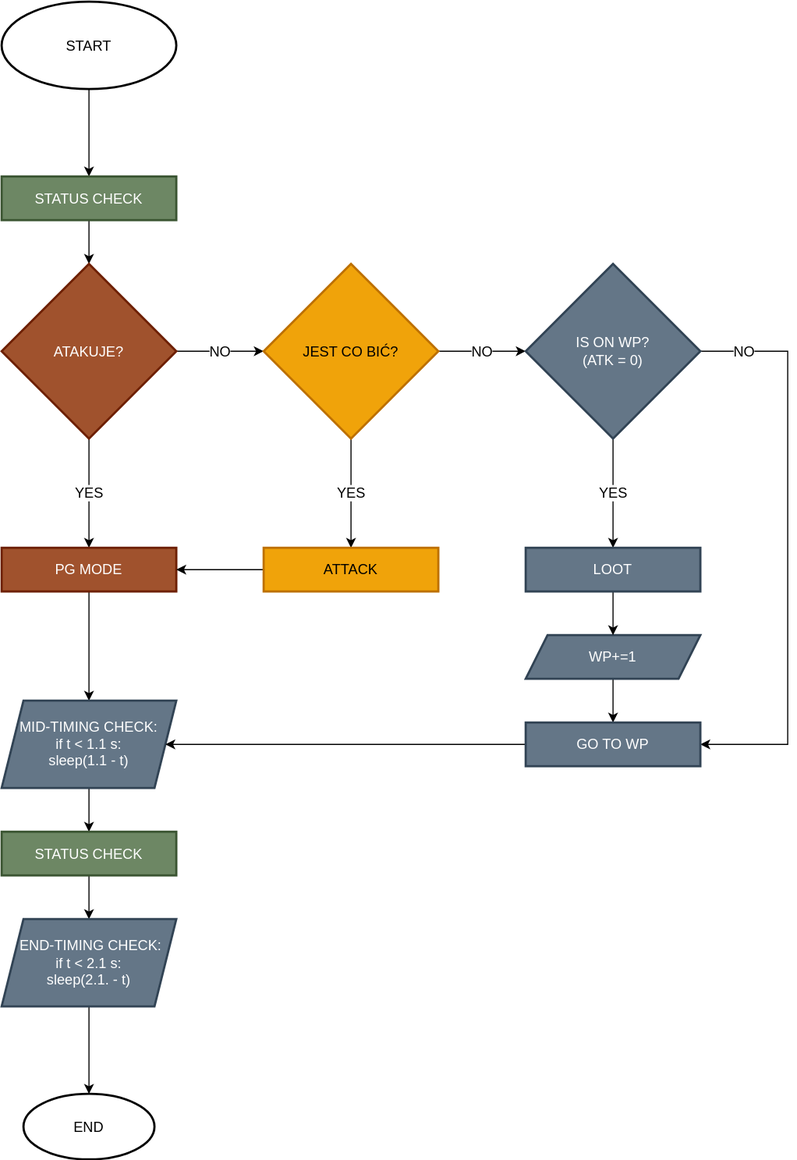
lbaisinger/Andrzej-d2r keeps this draw.io diagram as src/img/flowchart_logika_andrzeja_pg.svg. Above is the earlier version. Source tidied: cells renumbered, new cells last; positions are measured from the earlier drawing's top-left corner, leaving out a move shared by most shapes.
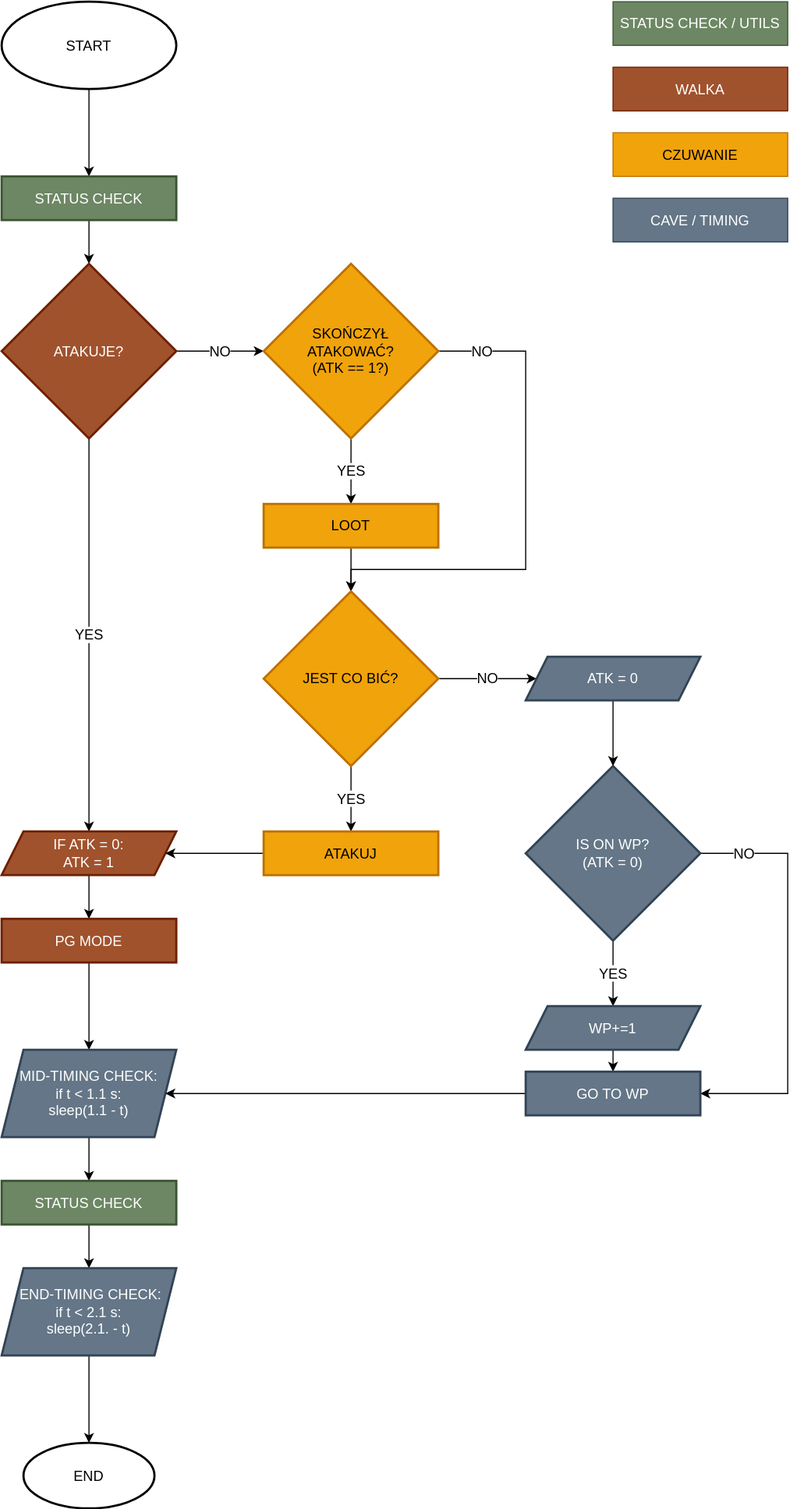
After the change.

Change to the diagram source:
```diff
@@ -1,101 +1,140 @@
 <mxGraphModel>
   <root>
-    <mxCell id="0" />
-    <mxCell id="1" parent="0" />
+    <mxCell id="32" />
+    <mxCell id="33" parent="32" />
-    <mxCell id="2" style="edgeStyle=orthogonalEdgeStyle;rounded=0;jettySize=auto;html=1;fontSize=13;" parent="1" edge="1" source="3" target="5">
+    <mxCell id="2" style="edgeStyle=orthogonalEdgeStyle;rounded=0;jettySize=auto;html=1;fontSize=13;" parent="33" edge="1" source="3" target="5">
       <mxGeometry relative="1" as="geometry" />
     </mxCell>
-    <mxCell id="3" value="START" style="strokeWidth=2;html=1;shape=mxgraph.flowchart.start_1;whiteSpace=wrap;fontSize=13;" parent="1" vertex="1">
+    <mxCell id="3" value="START" style="strokeWidth=2;html=1;shape=mxgraph.flowchart.start_1;whiteSpace=wrap;fontSize=13;" parent="33" vertex="1">
       <mxGeometry width="160" height="80" as="geometry" />
     </mxCell>
-    <mxCell id="4" style="edgeStyle=orthogonalEdgeStyle;rounded=0;jettySize=auto;html=1;fontSize=13;" parent="1" edge="1" source="5" target="8">
+    <mxCell id="4" style="edgeStyle=orthogonalEdgeStyle;rounded=0;jettySize=auto;html=1;fontSize=13;" parent="33" edge="1" source="5" target="8">
       <mxGeometry relative="1" as="geometry" />
     </mxCell>
-    <mxCell id="5" value="STATUS CHECK" style="whiteSpace=wrap;html=1;strokeWidth=2;fillColor=#6d8764;strokeColor=#3A5431;fontColor=#ffffff;fontSize=13;" parent="1" vertex="1">
+    <mxCell id="5" value="STATUS CHECK" style="whiteSpace=wrap;html=1;strokeWidth=2;fillColor=#6d8764;strokeColor=#3A5431;fontColor=#ffffff;fontSize=13;" parent="33" vertex="1">
       <mxGeometry y="160" width="160" height="40" as="geometry" />
     </mxCell>
-    <mxCell id="6" value="YES" style="edgeStyle=orthogonalEdgeStyle;rounded=0;jettySize=auto;html=1;fontSize=13;entryX=0.5;entryY=0;entryDx=0;entryDy=0;" parent="1" edge="1" source="8" target="10">
-      <mxGeometry relative="1" as="geometry" />
-    </mxCell>
-    <mxCell id="7" value="NO" style="edgeStyle=orthogonalEdgeStyle;rounded=0;jettySize=auto;html=1;fontSize=13;entryX=0;entryY=0.5;entryDx=0;entryDy=0;" parent="1" edge="1" source="8" target="13">
-      <mxGeometry relative="1" as="geometry" />
-    </mxCell>
+    <mxCell id="34" value="YES" style="edgeStyle=orthogonalEdgeStyle;rounded=0;jettySize=auto;html=1;fontSize=13;" parent="33" edge="1" source="8" target="37">
+      <mxGeometry relative="1" as="geometry" />
+    </mxCell>
+    <mxCell id="35" value="NO" style="edgeStyle=orthogonalEdgeStyle;rounded=0;jettySize=auto;html=1;fontSize=13;" parent="33" edge="1" source="8" target="40">
+      <mxGeometry relative="1" as="geometry" />
+    </mxCell>
-    <mxCell id="8" value="ATAKUJE?" style="rhombus;whiteSpace=wrap;html=1;fillColor=#a0522d;strokeColor=#6D1F00;fontColor=#ffffff;strokeWidth=2;fontSize=13;" parent="1" vertex="1">
+    <mxCell id="8" value="ATAKUJE?" style="rhombus;whiteSpace=wrap;html=1;fillColor=#a0522d;strokeColor=#6D1F00;fontColor=#ffffff;strokeWidth=2;fontSize=13;" parent="33" vertex="1">
       <mxGeometry y="240" width="160" height="160" as="geometry" />
     </mxCell>
+    <mxCell id="36" style="edgeStyle=orthogonalEdgeStyle;rounded=0;jettySize=auto;html=1;fontSize=13;" parent="33" edge="1" source="37" target="10">
+      <mxGeometry relative="1" as="geometry" />
+    </mxCell>
+    <mxCell id="37" value="IF ATK = 0:&lt;br style=&quot;font-size: 13px;&quot;&gt;ATK = 1" style="shape=parallelogram;perimeter=parallelogramPerimeter;whiteSpace=wrap;html=1;fixedSize=1;fillColor=#a0522d;strokeColor=#6D1F00;fontColor=#ffffff;strokeWidth=2;fontSize=13;" parent="33" vertex="1">
+      <mxGeometry y="760" width="160" height="40" as="geometry" />
+    </mxCell>
-    <mxCell id="9" style="edgeStyle=orthogonalEdgeStyle;rounded=0;jettySize=auto;html=1;fontSize=13;" parent="1" edge="1" source="10" target="17">
+    <mxCell id="9" style="edgeStyle=orthogonalEdgeStyle;rounded=0;jettySize=auto;html=1;fontSize=13;" parent="33" edge="1" source="10" target="17">
       <mxGeometry relative="1" as="geometry" />
     </mxCell>
-    <mxCell id="10" value="PG MODE" style="whiteSpace=wrap;html=1;fillColor=#a0522d;strokeColor=#6D1F00;fontColor=#ffffff;strokeWidth=2;fontSize=13;" parent="1" vertex="1">
-      <mxGeometry y="500" width="160" height="40" as="geometry" />
+    <mxCell id="10" value="PG MODE" style="whiteSpace=wrap;html=1;fillColor=#a0522d;strokeColor=#6D1F00;fontColor=#ffffff;strokeWidth=2;fontSize=13;" parent="33" vertex="1">
+      <mxGeometry y="840" width="160" height="40" as="geometry" />
     </mxCell>
-    <mxCell id="11" value="YES" style="edgeStyle=orthogonalEdgeStyle;rounded=0;jettySize=auto;html=1;fontSize=13;" parent="1" edge="1" source="13" target="15">
-      <mxGeometry relative="1" as="geometry" />
-    </mxCell>
-    <mxCell id="12" value="NO" style="edgeStyle=orthogonalEdgeStyle;rounded=0;jettySize=auto;html=1;fontSize=13;entryX=0;entryY=0.5;entryDx=0;entryDy=0;" parent="1" edge="1" source="13" target="25">
-      <mxGeometry relative="1" as="geometry" />
-    </mxCell>
+    <mxCell id="38" value="YES" style="edgeStyle=orthogonalEdgeStyle;rounded=0;jettySize=auto;html=1;fontSize=13;" parent="33" edge="1" source="40" target="31">
+      <mxGeometry relative="1" as="geometry" />
+    </mxCell>
+    <mxCell id="39" value="NO" style="edgeStyle=orthogonalEdgeStyle;rounded=0;jettySize=auto;html=1;exitX=1;exitY=0.5;exitDx=0;exitDy=0;entryX=0.5;entryY=0;entryDx=0;entryDy=0;fontSize=13;" parent="33" edge="1" source="40" target="13">
+      <mxGeometry x="-0.83" relative="1" as="geometry">
+        <Array as="points">
+          <mxPoint x="480" y="320" />
+          <mxPoint x="480" y="520" />
+          <mxPoint x="320" y="520" />
+        </Array>
+      </mxGeometry>
+    </mxCell>
+    <mxCell id="40" value="SKOŃCZYŁ&lt;br style=&quot;font-size: 13px;&quot;&gt;ATAKOWAĆ?&lt;br style=&quot;font-size: 13px;&quot;&gt;(ATK == 1?)" style="rhombus;whiteSpace=wrap;html=1;fillColor=#f0a30a;strokeColor=#BD7000;fontColor=#000000;strokeWidth=2;fontSize=13;" parent="33" vertex="1">
+      <mxGeometry x="240" y="240" width="160" height="160" as="geometry" />
+    </mxCell>
+    <mxCell id="41" style="edgeStyle=orthogonalEdgeStyle;rounded=0;jettySize=auto;html=1;fontSize=13;" parent="33" edge="1" source="31" target="13">
+      <mxGeometry relative="1" as="geometry" />
+    </mxCell>
+    <mxCell id="31" value="LOOT" style="whiteSpace=wrap;html=1;fillColor=#f0a30a;strokeColor=#BD7000;fontColor=#000000;strokeWidth=2;fontSize=13;" parent="33" vertex="1">
+      <mxGeometry x="240" y="460" width="160" height="40" as="geometry" />
+    </mxCell>
+    <mxCell id="42" value="YES" style="edgeStyle=orthogonalEdgeStyle;rounded=0;jettySize=auto;html=1;fontSize=13;" parent="33" edge="1" source="13" target="45">
+      <mxGeometry relative="1" as="geometry" />
+    </mxCell>
+    <mxCell id="43" value="NO" style="edgeStyle=orthogonalEdgeStyle;rounded=0;jettySize=auto;html=1;fontSize=13;" parent="33" edge="1" source="13" target="47">
+      <mxGeometry relative="1" as="geometry" />
+    </mxCell>
-    <mxCell id="13" value="JEST CO BIĆ?" style="rhombus;whiteSpace=wrap;html=1;fillColor=#f0a30a;strokeColor=#BD7000;fontColor=#000000;strokeWidth=2;fontSize=13;" parent="1" vertex="1">
-      <mxGeometry x="240" y="240" width="160" height="160" as="geometry" />
+    <mxCell id="13" value="JEST CO BIĆ?" style="rhombus;whiteSpace=wrap;html=1;fillColor=#f0a30a;strokeColor=#BD7000;fontColor=#000000;strokeWidth=2;fontSize=13;" parent="33" vertex="1">
+      <mxGeometry x="240" y="540" width="160" height="160" as="geometry" />
     </mxCell>
-    <mxCell id="14" style="edgeStyle=orthogonalEdgeStyle;rounded=0;jettySize=auto;html=1;exitX=0;exitY=0.5;exitDx=0;exitDy=0;fontSize=13;entryX=1;entryY=0.5;entryDx=0;entryDy=0;" parent="1" edge="1" source="15" target="10">
-      <mxGeometry relative="1" as="geometry" />
-    </mxCell>
-    <mxCell id="15" value="ATTACK" style="whiteSpace=wrap;html=1;fillColor=#f0a30a;strokeColor=#BD7000;fontColor=#000000;strokeWidth=2;fontSize=13;" parent="1" vertex="1">
-      <mxGeometry x="240" y="500" width="160" height="40" as="geometry" />
-    </mxCell>
+    <mxCell id="44" style="edgeStyle=orthogonalEdgeStyle;rounded=0;jettySize=auto;html=1;exitX=0;exitY=0.5;exitDx=0;exitDy=0;entryX=1;entryY=0.5;entryDx=0;entryDy=0;fontSize=13;" parent="33" edge="1" source="45" target="37">
+      <mxGeometry relative="1" as="geometry" />
+    </mxCell>
+    <mxCell id="45" value="ATAKUJ" style="whiteSpace=wrap;html=1;fillColor=#f0a30a;strokeColor=#BD7000;fontColor=#000000;strokeWidth=2;fontSize=13;" parent="33" vertex="1">
+      <mxGeometry x="240" y="760" width="160" height="40" as="geometry" />
+    </mxCell>
-    <mxCell id="16" style="edgeStyle=orthogonalEdgeStyle;rounded=0;jettySize=auto;html=1;fontSize=13;" parent="1" edge="1" source="17" target="19">
+    <mxCell id="16" style="edgeStyle=orthogonalEdgeStyle;rounded=0;jettySize=auto;html=1;fontSize=13;" parent="33" edge="1" source="17" target="19">
       <mxGeometry relative="1" as="geometry" />
     </mxCell>
-    <mxCell id="17" value="MID-TIMING CHECK:&lt;br style=&quot;font-size: 13px;&quot;&gt;if t &amp;lt; 1.1 s:&lt;br style=&quot;font-size: 13px;&quot;&gt;sleep(1.1 - t)" style="shape=parallelogram;perimeter=parallelogramPerimeter;whiteSpace=wrap;html=1;fixedSize=1;fillColor=#647687;strokeColor=#314354;fontColor=#ffffff;strokeWidth=2;fontSize=13;" parent="1" vertex="1">
-      <mxGeometry y="640" width="160" height="80" as="geometry" />
+    <mxCell id="17" value="MID-TIMING CHECK:&lt;br style=&quot;font-size: 13px;&quot;&gt;if t &amp;lt; 1.1 s:&lt;br style=&quot;font-size: 13px;&quot;&gt;sleep(1.1 - t)" style="shape=parallelogram;perimeter=parallelogramPerimeter;whiteSpace=wrap;html=1;fixedSize=1;fillColor=#647687;strokeColor=#314354;fontColor=#ffffff;strokeWidth=2;fontSize=13;" parent="33" vertex="1">
+      <mxGeometry y="960" width="160" height="80" as="geometry" />
     </mxCell>
-    <mxCell id="18" style="edgeStyle=orthogonalEdgeStyle;rounded=0;jettySize=auto;html=1;fontSize=13;" parent="1" edge="1" source="19" target="21">
+    <mxCell id="18" style="edgeStyle=orthogonalEdgeStyle;rounded=0;jettySize=auto;html=1;fontSize=13;" parent="33" edge="1" source="19" target="21">
       <mxGeometry relative="1" as="geometry" />
     </mxCell>
-    <mxCell id="19" value="STATUS CHECK" style="whiteSpace=wrap;html=1;fillColor=#6d8764;strokeColor=#3A5431;fontColor=#ffffff;strokeWidth=2;fontSize=13;" parent="1" vertex="1">
-      <mxGeometry y="760" width="160" height="40" as="geometry" />
+    <mxCell id="19" value="STATUS CHECK" style="whiteSpace=wrap;html=1;fillColor=#6d8764;strokeColor=#3A5431;fontColor=#ffffff;strokeWidth=2;fontSize=13;" parent="33" vertex="1">
+      <mxGeometry y="1080" width="160" height="40" as="geometry" />
     </mxCell>
-    <mxCell id="20" style="edgeStyle=orthogonalEdgeStyle;rounded=0;jettySize=auto;html=1;fontSize=13;" parent="1" edge="1" source="21" target="22">
+    <mxCell id="20" style="edgeStyle=orthogonalEdgeStyle;rounded=0;jettySize=auto;html=1;fontSize=13;" parent="33" edge="1" source="21" target="22">
       <mxGeometry relative="1" as="geometry" />
     </mxCell>
-    <mxCell id="21" value="&amp;nbsp;END-TIMING CHECK:&lt;br style=&quot;font-size: 13px;&quot;&gt;if t &amp;lt; 2.1 s:&lt;br style=&quot;font-size: 13px;&quot;&gt;sleep(2.1. - t)" style="shape=parallelogram;perimeter=parallelogramPerimeter;whiteSpace=wrap;html=1;fixedSize=1;fillColor=#647687;strokeColor=#314354;fontColor=#ffffff;strokeWidth=2;fontSize=13;" parent="1" vertex="1">
-      <mxGeometry y="840" width="160" height="80" as="geometry" />
+    <mxCell id="21" value="&amp;nbsp;END-TIMING CHECK:&lt;br style=&quot;font-size: 13px;&quot;&gt;if t &amp;lt; 2.1 s:&lt;br style=&quot;font-size: 13px;&quot;&gt;sleep(2.1. - t)" style="shape=parallelogram;perimeter=parallelogramPerimeter;whiteSpace=wrap;html=1;fixedSize=1;fillColor=#647687;strokeColor=#314354;fontColor=#ffffff;strokeWidth=2;fontSize=13;" parent="33" vertex="1">
+      <mxGeometry y="1160" width="160" height="80" as="geometry" />
     </mxCell>
-    <mxCell id="22" value="END" style="ellipse;whiteSpace=wrap;html=1;strokeWidth=2;fontSize=13;" parent="1" vertex="1">
-      <mxGeometry x="20" y="1000" width="120" height="60" as="geometry" />
+    <mxCell id="22" value="END" style="ellipse;whiteSpace=wrap;html=1;strokeWidth=2;fontSize=13;" parent="33" vertex="1">
+      <mxGeometry x="20" y="1320" width="120" height="60" as="geometry" />
     </mxCell>
+    <mxCell id="24" value="YES" style="edgeStyle=orthogonalEdgeStyle;rounded=0;jettySize=auto;html=1;exitX=0.5;exitY=1;exitDx=0;exitDy=0;entryX=0.5;entryY=0;entryDx=0;entryDy=0;fontSize=13;" parent="33" edge="1" source="25" target="27">
+      <mxGeometry relative="1" as="geometry" />
+    </mxCell>
-    <mxCell id="23" value="NO" style="edgeStyle=orthogonalEdgeStyle;rounded=0;jettySize=auto;html=1;exitX=1;exitY=0.5;exitDx=0;exitDy=0;entryX=1;entryY=0.5;entryDx=0;entryDy=0;fontSize=13;" parent="1" edge="1" source="25" target="29">
-      <mxGeometry x="-0.85" relative="1" as="geometry">
+    <mxCell id="23" value="NO" style="edgeStyle=orthogonalEdgeStyle;rounded=0;jettySize=auto;html=1;exitX=1;exitY=0.5;exitDx=0;exitDy=0;entryX=1;entryY=0.5;entryDx=0;entryDy=0;fontSize=13;" parent="33" edge="1" source="25" target="29">
+      <mxGeometry x="-0.79" relative="1" as="geometry">
         <Array as="points">
-          <mxPoint x="720" y="320" />
-          <mxPoint x="720" y="680" />
+          <mxPoint x="720" y="780" />
+          <mxPoint x="720" y="1000" />
         </Array>
       </mxGeometry>
     </mxCell>
-    <mxCell id="24" value="YES" style="edgeStyle=orthogonalEdgeStyle;rounded=0;jettySize=auto;html=1;exitX=0.5;exitY=1;exitDx=0;exitDy=0;entryX=0.5;entryY=0;entryDx=0;entryDy=0;fontSize=13;" parent="1" edge="1" source="25" target="31">
-      <mxGeometry relative="1" as="geometry" />
-    </mxCell>
-    <mxCell id="25" value="IS ON WP?&lt;br style=&quot;font-size: 13px;&quot;&gt;(ATK = 0)" style="rhombus;whiteSpace=wrap;html=1;fillColor=#647687;strokeColor=#314354;fontColor=#ffffff;strokeWidth=2;fontSize=13;" parent="1" vertex="1">
-      <mxGeometry x="480" y="240" width="160" height="160" as="geometry" />
+    <mxCell id="25" value="IS ON WP?&lt;br style=&quot;font-size: 13px;&quot;&gt;(ATK = 0)" style="rhombus;whiteSpace=wrap;html=1;fillColor=#647687;strokeColor=#314354;fontColor=#ffffff;strokeWidth=2;fontSize=13;" parent="33" vertex="1">
+      <mxGeometry x="480" y="700" width="160" height="160" as="geometry" />
     </mxCell>
-    <mxCell id="26" style="edgeStyle=orthogonalEdgeStyle;rounded=0;jettySize=auto;html=1;exitX=0.5;exitY=1;exitDx=0;exitDy=0;entryX=0.5;entryY=0;entryDx=0;entryDy=0;fontSize=13;" parent="1" edge="1" source="27" target="29">
+    <mxCell id="26" style="edgeStyle=orthogonalEdgeStyle;rounded=0;jettySize=auto;html=1;exitX=0.5;exitY=1;exitDx=0;exitDy=0;entryX=0.5;entryY=0;entryDx=0;entryDy=0;fontSize=13;" parent="33" edge="1" source="27" target="29">
       <mxGeometry relative="1" as="geometry" />
     </mxCell>
-    <mxCell id="27" value="WP+=1" style="shape=parallelogram;perimeter=parallelogramPerimeter;whiteSpace=wrap;html=1;fixedSize=1;fillColor=#647687;strokeColor=#314354;fontColor=#ffffff;strokeWidth=2;fontSize=13;" parent="1" vertex="1">
-      <mxGeometry x="480" y="580" width="160" height="40" as="geometry" />
+    <mxCell id="27" value="WP+=1" style="shape=parallelogram;perimeter=parallelogramPerimeter;whiteSpace=wrap;html=1;fixedSize=1;fillColor=#647687;strokeColor=#314354;fontColor=#ffffff;strokeWidth=2;fontSize=13;" parent="33" vertex="1">
+      <mxGeometry x="480" y="920" width="160" height="40" as="geometry" />
     </mxCell>
-    <mxCell id="28" style="edgeStyle=orthogonalEdgeStyle;rounded=0;jettySize=auto;html=1;exitX=0;exitY=0.5;exitDx=0;exitDy=0;entryX=1;entryY=0.5;entryDx=0;entryDy=0;fontSize=13;" parent="1" edge="1" source="29" target="17">
+    <mxCell id="28" style="edgeStyle=orthogonalEdgeStyle;rounded=0;jettySize=auto;html=1;exitX=0;exitY=0.5;exitDx=0;exitDy=0;entryX=1;entryY=0.5;entryDx=0;entryDy=0;fontSize=13;" parent="33" edge="1" source="29" target="17">
       <mxGeometry relative="1" as="geometry" />
     </mxCell>
-    <mxCell id="29" value="GO TO WP" style="whiteSpace=wrap;html=1;fillColor=#647687;strokeColor=#314354;fontColor=#ffffff;strokeWidth=2;fontSize=13;" parent="1" vertex="1">
-      <mxGeometry x="480" y="660" width="160" height="40" as="geometry" />
+    <mxCell id="29" value="GO TO WP" style="whiteSpace=wrap;html=1;fillColor=#647687;strokeColor=#314354;fontColor=#ffffff;strokeWidth=2;fontSize=13;" parent="33" vertex="1">
+      <mxGeometry x="480" y="980" width="160" height="40" as="geometry" />
     </mxCell>
-    <mxCell id="30" style="edgeStyle=orthogonalEdgeStyle;rounded=0;jettySize=auto;html=1;exitX=0.5;exitY=1;exitDx=0;exitDy=0;entryX=0.5;entryY=0;entryDx=0;entryDy=0;fontSize=13;" parent="1" edge="1" source="31" target="27">
-      <mxGeometry relative="1" as="geometry" />
-    </mxCell>
-    <mxCell id="31" value="LOOT" style="whiteSpace=wrap;html=1;fillColor=#647687;strokeColor=#314354;fontColor=#ffffff;strokeWidth=2;fontSize=13;" parent="1" vertex="1">
-      <mxGeometry x="480" y="500" width="160" height="40" as="geometry" />
-    </mxCell>
+    <mxCell id="46" style="edgeStyle=orthogonalEdgeStyle;rounded=0;jettySize=auto;html=1;exitX=0.5;exitY=1;exitDx=0;exitDy=0;entryX=0.5;entryY=0;entryDx=0;entryDy=0;fontSize=13;" parent="33" edge="1" source="47" target="25">
+      <mxGeometry relative="1" as="geometry" />
+    </mxCell>
+    <mxCell id="47" value="ATK = 0" style="shape=parallelogram;perimeter=parallelogramPerimeter;whiteSpace=wrap;html=1;fixedSize=1;fontSize=13;fillColor=#647687;strokeColor=#314354;fontColor=#ffffff;strokeWidth=2;" parent="33" vertex="1">
+      <mxGeometry x="480" y="600" width="160" height="40" as="geometry" />
+    </mxCell>
+    <mxCell id="48" value="STATUS CHECK / UTILS" style="rounded=0;whiteSpace=wrap;html=1;fontSize=13;fillColor=#6d8764;fontColor=#ffffff;strokeColor=#3A5431;" parent="33" vertex="1">
+      <mxGeometry x="560" width="160" height="40" as="geometry" />
+    </mxCell>
+    <mxCell id="49" value="WALKA" style="rounded=0;whiteSpace=wrap;html=1;fontSize=13;fillColor=#a0522d;fontColor=#ffffff;strokeColor=#6D1F00;" parent="33" vertex="1">
+      <mxGeometry x="560" y="60" width="160" height="40" as="geometry" />
+    </mxCell>
+    <mxCell id="50" value="CZUWANIE" style="rounded=0;whiteSpace=wrap;html=1;fontSize=13;fillColor=#f0a30a;fontColor=#000000;strokeColor=#BD7000;" parent="33" vertex="1">
+      <mxGeometry x="560" y="120" width="160" height="40" as="geometry" />
+    </mxCell>
+    <mxCell id="51" value="CAVE / TIMING" style="rounded=0;whiteSpace=wrap;html=1;fontSize=13;fillColor=#647687;fontColor=#ffffff;strokeColor=#314354;" parent="33" vertex="1">
+      <mxGeometry x="560" y="180" width="160" height="40" as="geometry" />
+    </mxCell>
   </root>
 </mxGraphModel>
```
